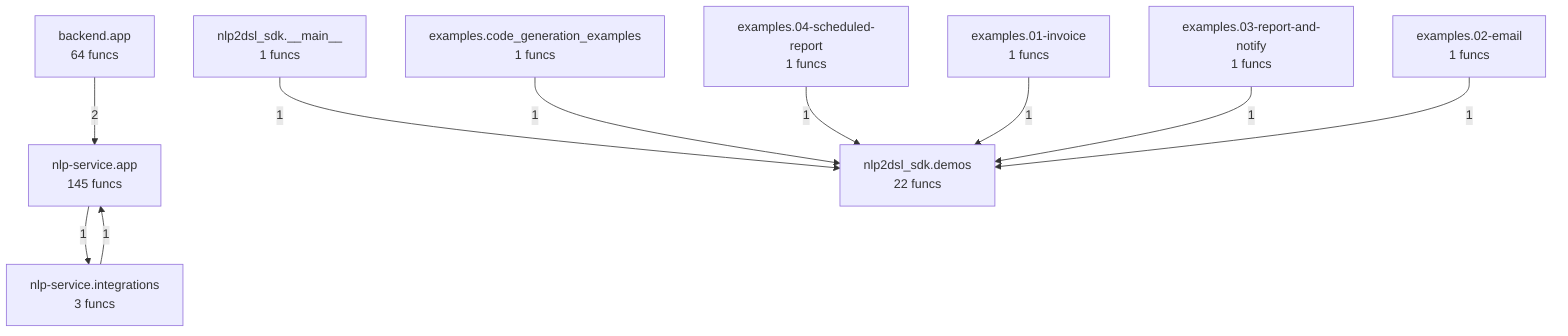
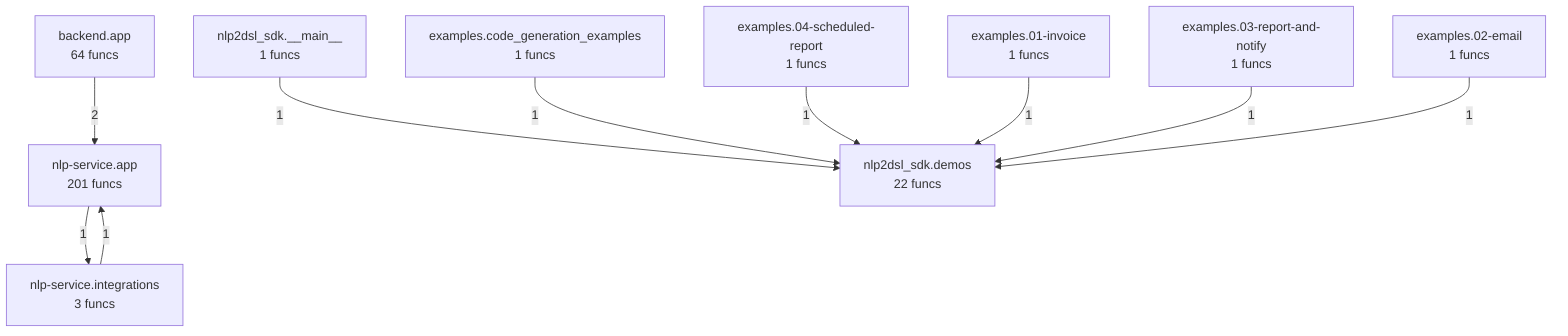
flowchart TD
- %% generated in 0.03s
+ %% generated in 0.01s
    backend__app["backend.app<br/>64 funcs"]
    examples__01_invoice["examples.01-invoice<br/>1 funcs"]
    examples__02_email["examples.02-email<br/>1 funcs"]
    examples__03_report_and_notify["examples.03-report-and-notify<br/>1 funcs"]
    examples__04_scheduled_report["examples.04-scheduled-report<br/>1 funcs"]
    examples__code_generation_examples["examples.code_generation_examples<br/>1 funcs"]
-     nlp_service__app["nlp-service.app<br/>145 funcs"]
+     nlp_service__app["nlp-service.app<br/>201 funcs"]
    nlp_service__integrations["nlp-service.integrations<br/>3 funcs"]
    nlp2dsl_sdk____main__["nlp2dsl_sdk.__main__<br/>1 funcs"]
    nlp2dsl_sdk__demos["nlp2dsl_sdk.demos<br/>22 funcs"]
    backend__app -->|2| nlp_service__app
    nlp2dsl_sdk____main__ -->|1| nlp2dsl_sdk__demos
    examples__code_generation_examples -->|1| nlp2dsl_sdk__demos
    examples__04_scheduled_report -->|1| nlp2dsl_sdk__demos
    examples__01_invoice -->|1| nlp2dsl_sdk__demos
    examples__03_report_and_notify -->|1| nlp2dsl_sdk__demos
    examples__02_email -->|1| nlp2dsl_sdk__demos
    nlp_service__integrations -->|1| nlp_service__app
    nlp_service__app -->|1| nlp_service__integrations
